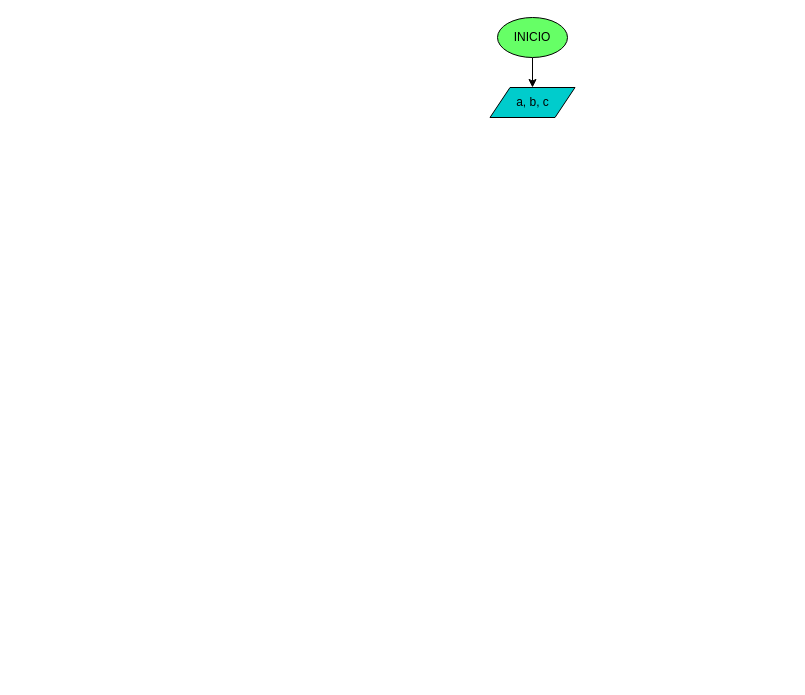
sistemas-colegio-guanenta/quiz-condicionales-DANIduran111123 keeps this draw.io diagram as diagrama.drawio. Above is the earlier version. Source tidied: cells renumbered, new cells numbered last; positions are measured from the earlier drawing's top-left corner, leaving out a move shared by most shapes. Both pictures are drawn from the tidied source at 100%, with x=0, y=0 at pixel (489, 17).
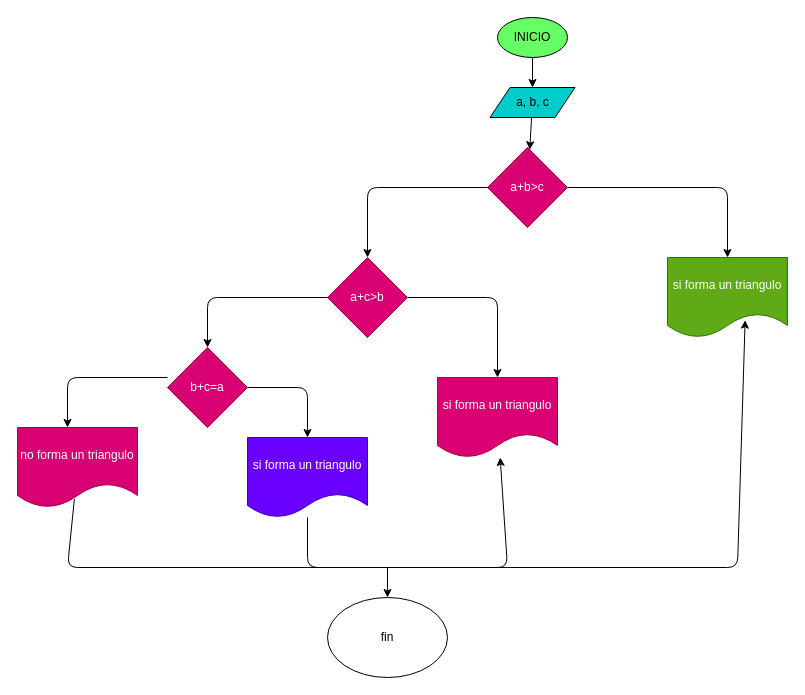
After the change.

Unchanged cells that the change refers to:
```xml
<mxCell id="4" value="a, b, c" style="shape=parallelogram;perimeter=parallelogramPerimeter;whiteSpace=wrap;html=1;fixedSize=1;fillColor=#00CCCC;" parent="1" vertex="1">
  <mxGeometry x="0.5" y="70" width="85" height="30" as="geometry" />
</mxCell>
```

Diff of the diagram source:
```diff
@@
+    <mxCell id="5" style="edgeStyle=none;html=1;" parent="1" edge="1" source="4" target="8">
+      <mxGeometry relative="1" as="geometry" />
+    </mxCell>
@@
+    <mxCell id="6" style="edgeStyle=none;html=1;" parent="1" edge="1" source="8" target="9">
+      <mxGeometry relative="1" as="geometry">
+        <Array as="points">
+          <mxPoint x="238" y="170" />
+        </Array>
+      </mxGeometry>
+    </mxCell>
+    <mxCell id="7" style="edgeStyle=none;html=1;" parent="1" edge="1" source="8" target="12">
+      <mxGeometry relative="1" as="geometry">
+        <Array as="points">
+          <mxPoint x="-122" y="170" />
+        </Array>
+      </mxGeometry>
+    </mxCell>
+    <mxCell id="8" value="a+b&amp;gt;c" style="rhombus;whiteSpace=wrap;html=1;fillColor=#d80073;fontColor=#ffffff;strokeColor=#A50040;" parent="1" vertex="1">
+      <mxGeometry x="-2" y="130" width="80" height="80" as="geometry" />
+    </mxCell>
+    <mxCell id="9" value="si forma un triangulo" style="shape=document;whiteSpace=wrap;html=1;boundedLbl=1;fillColor=#60a917;strokeColor=#2D7600;fontColor=#ffffff;" parent="1" vertex="1">
+      <mxGeometry x="178" y="240" width="120" height="80" as="geometry" />
+    </mxCell>
+    <mxCell id="10" style="edgeStyle=none;html=1;" parent="1" edge="1" source="12" target="13">
+      <mxGeometry relative="1" as="geometry">
+        <Array as="points">
+          <mxPoint x="8" y="280" />
+        </Array>
+      </mxGeometry>
+    </mxCell>
+    <mxCell id="11" style="edgeStyle=none;html=1;" parent="1" edge="1" source="12" target="15">
+      <mxGeometry relative="1" as="geometry">
+        <Array as="points">
+          <mxPoint x="-282" y="280" />
+        </Array>
+      </mxGeometry>
+    </mxCell>
+    <mxCell id="12" value="a+c&amp;gt;b" style="rhombus;whiteSpace=wrap;html=1;fillColor=#d80073;fontColor=#ffffff;strokeColor=#A50040;" parent="1" vertex="1">
+      <mxGeometry x="-162" y="240" width="80" height="80" as="geometry" />
+    </mxCell>
+    <mxCell id="13" value="si forma un triangulo" style="shape=document;whiteSpace=wrap;html=1;boundedLbl=1;fillColor=#d80073;strokeColor=#A50040;fontColor=#ffffff;" parent="1" vertex="1">
+      <mxGeometry x="-52" y="360" width="120" height="80" as="geometry" />
+    </mxCell>
+    <mxCell id="14" style="edgeStyle=none;html=1;" parent="1" edge="1" source="15" target="16">
+      <mxGeometry relative="1" as="geometry">
+        <Array as="points">
+          <mxPoint x="-182" y="370" />
+        </Array>
+      </mxGeometry>
+    </mxCell>
+    <mxCell id="15" value="b+c=a" style="rhombus;whiteSpace=wrap;html=1;fillColor=#d80073;fontColor=#ffffff;strokeColor=#A50040;" parent="1" vertex="1">
+      <mxGeometry x="-322" y="330" width="80" height="80" as="geometry" />
+    </mxCell>
+    <mxCell id="16" value="si forma un triangulo" style="shape=document;whiteSpace=wrap;html=1;boundedLbl=1;fillColor=#6a00ff;strokeColor=#3700CC;fontColor=#ffffff;" parent="1" vertex="1">
+      <mxGeometry x="-242" y="420" width="120" height="80" as="geometry" />
+    </mxCell>
+    <mxCell id="17" value="no forma un triangulo" style="shape=document;whiteSpace=wrap;html=1;boundedLbl=1;fillColor=#d80073;strokeColor=#A50040;fontColor=#ffffff;" parent="1" vertex="1">
+      <mxGeometry x="-472" y="410" width="120" height="80" as="geometry" />
+    </mxCell>
+    <mxCell id="18" style="endArrow=classic;html=1;" parent="1" edge="1">
+      <mxGeometry relative="1" as="geometry">
+        <mxPoint x="-322" y="360" as="sourcePoint" />
+        <mxPoint x="-422" y="410" as="targetPoint" />
+        <Array as="points">
+          <mxPoint x="-422" y="360" />
+        </Array>
+      </mxGeometry>
+    </mxCell>
+    <mxCell id="19" style="endArrow=classic;html=1;exitX=0.474;exitY=0.893;exitDx=0;exitDy=0;exitPerimeter=0;entryX=0.647;entryY=0.783;entryDx=0;entryDy=0;entryPerimeter=0;" parent="1" edge="1" source="17" target="9">
+      <mxGeometry relative="1" as="geometry">
+        <Array as="points">
+          <mxPoint x="-422" y="550" />
+          <mxPoint x="248" y="550" />
+        </Array>
+      </mxGeometry>
+    </mxCell>
+    <mxCell id="20" style="endArrow=classic;html=1;" parent="1" edge="1" source="16" target="13">
+      <mxGeometry relative="1" as="geometry">
+        <Array as="points">
+          <mxPoint x="-182" y="550" />
+          <mxPoint x="18" y="550" />
+        </Array>
+      </mxGeometry>
+    </mxCell>
+    <mxCell id="21" style="endArrow=classic;html=1;" parent="1" edge="1" target="22">
+      <mxGeometry relative="1" as="geometry">
+        <mxPoint x="-102" y="550" as="sourcePoint" />
+      </mxGeometry>
+    </mxCell>
+    <mxCell id="22" value="fin" style="ellipse;whiteSpace=wrap;html=1;" parent="1" vertex="1">
+      <mxGeometry x="-162" y="580" width="120" height="80" as="geometry" />
+    </mxCell>
```
